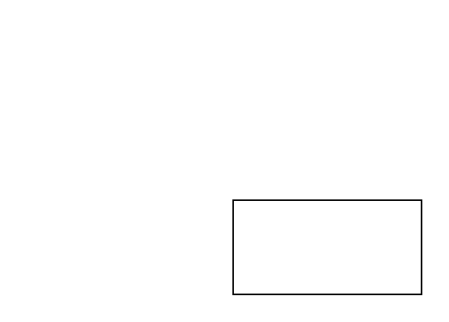
This is xmind/Untitled Diagram.drawio from totorovip/tmp, a draw.io file, before an edit. Source tidied: cells renumbered, new cells numbered last; positions are measured from the earlier drawing's top-left corner, leaving out a move shared by most shapes. Both pictures are drawn from the tidied source at 157%, with x=0, y=0 at pixel (232, 199).
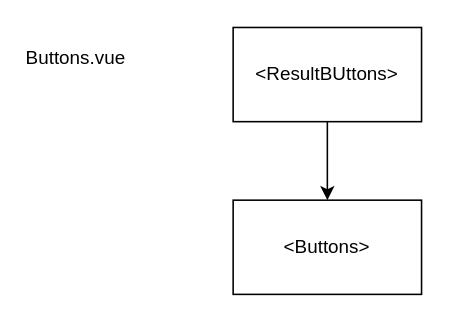
The same page after the edit.

Commit message:
页面底部按钮<ResultButtons>逻辑

What changed in the source:
```diff
@@
 <mxGraphModel>
   <root>
     <mxCell id="0" />
     <mxCell id="1" parent="0" />
-    <mxCell id="2" style="rounded=0;whiteSpace=wrap;html=1;" parent="1" vertex="1">
+    <mxCell id="2" value="&lt;span&gt;&amp;lt;Buttons&amp;gt;&lt;/span&gt;" style="rounded=0;whiteSpace=wrap;html=1;" parent="1" vertex="1">
       <mxGeometry width="120" height="60" as="geometry" />
     </mxCell>
+    <mxCell id="3" value="Buttons.vue" style="text;html=1;strokeColor=none;fillColor=none;align=center;verticalAlign=middle;whiteSpace=wrap;rounded=0;" parent="1" vertex="1">
+      <mxGeometry x="-120" y="-100" width="40" height="20" as="geometry" />
+    </mxCell>
+    <mxCell id="4" style="edgeStyle=orthogonalEdgeStyle;rounded=0;jettySize=auto;html=1;" parent="1" edge="1" source="5" target="2">
+      <mxGeometry relative="1" as="geometry" />
+    </mxCell>
+    <mxCell id="5" value="&amp;lt;ResultBUttons&amp;gt;" style="rounded=0;whiteSpace=wrap;html=1;" parent="1" vertex="1">
+      <mxGeometry y="-110" width="120" height="60" as="geometry" />
+    </mxCell>
   </root>
 </mxGraphModel>
```
